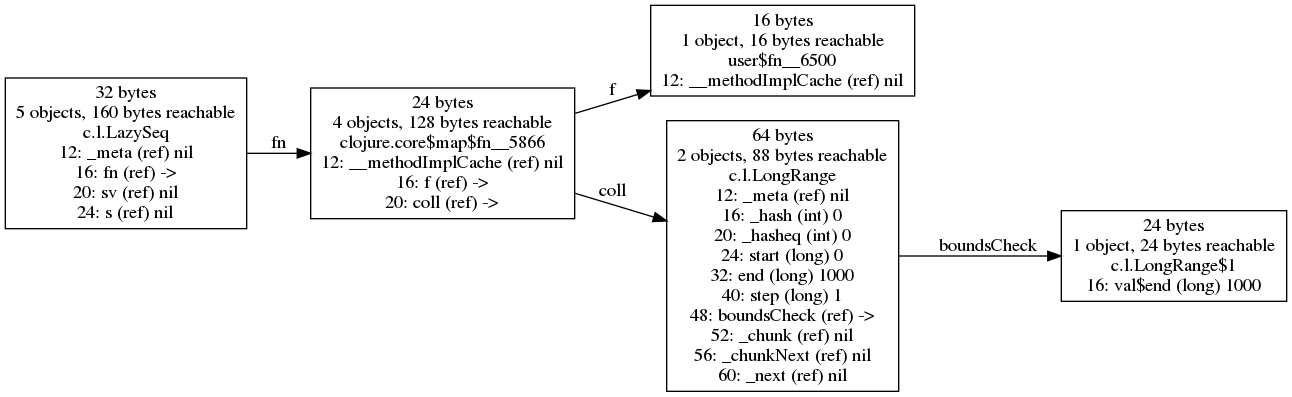
jafingerhut/cljol keeps this Graphviz diagram as doc/images/chunked-seq-unrealized.png. Above is the earlier version. Its source is kept beside it as doc/images/chunked-seq-unrealized.dot.
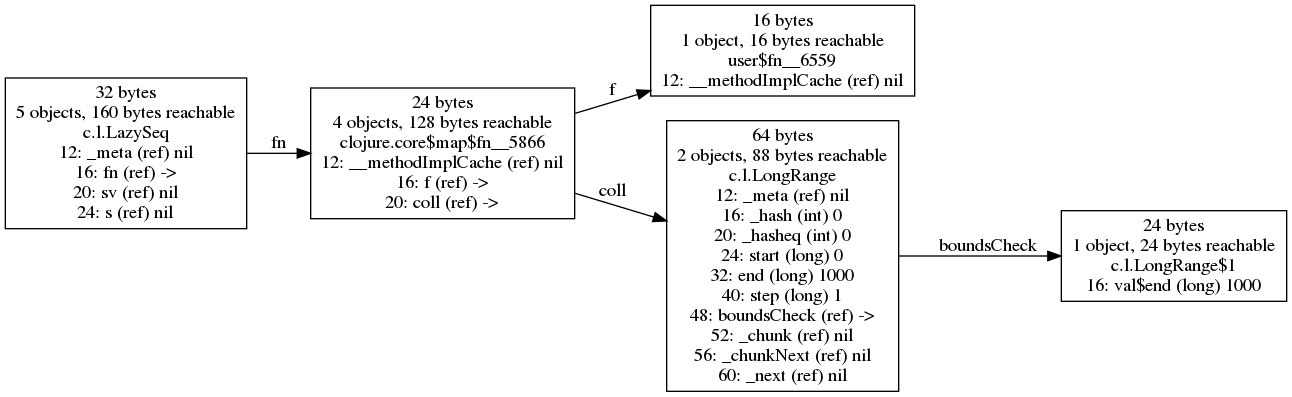
Later version of the same file.

Commit message:
Use figures with fewer objects in chunked seq example

Diff of the diagram source:
```diff
@@ -1,10 +1,10 @@
 digraph {
 graph [layout=dot,rankdir=LR];
-"32281182400" [label="16 bytes
+"32315476608" [label="16 bytes
 1 object, 16 bytes reachable
-user$fn__6500
+user$fn__6559
 12: __methodImplCache (ref) nil",shape=box];
-"32281183872" [label="64 bytes
+"32315478080" [label="64 bytes
 2 objects, 88 bytes reachable
 c.l.LongRange
 12: _meta (ref) nil
@@ -17,25 +17,25 @@
 52: _chunk (ref) nil
 56: _chunkNext (ref) nil
 60: _next (ref) nil",shape=box];
-"32281184384" [label="24 bytes
+"32315478592" [label="24 bytes
 1 object, 24 bytes reachable
 c.l.LongRange$1
 16: val$end (long) 1000",shape=box];
-"32281186368" [label="32 bytes
+"32315480576" [label="32 bytes
 5 objects, 160 bytes reachable
 c.l.LazySeq
 12: _meta (ref) nil
 16: fn (ref) ->
 20: sv (ref) nil
 24: s (ref) nil",shape=box];
-"32281186624" [label="24 bytes
+"32315480832" [label="24 bytes
 4 objects, 128 bytes reachable
 clojure.core$map$fn__5866
 12: __methodImplCache (ref) nil
 16: f (ref) ->
 20: coll (ref) ->",shape=box];
-"32281183872" -> "32281184384" ["field-name"=boundsCheck,label=boundsCheck];
-"32281186368" -> "32281186624" ["field-name"=fn,label=fn];
-"32281186624" -> "32281182400" ["field-name"=f,label=f];
-"32281186624" -> "32281183872" ["field-name"=coll,label=coll];
+"32315478080" -> "32315478592" ["field-name"=boundsCheck,label=boundsCheck];
+"32315480576" -> "32315480832" ["field-name"=fn,label=fn];
+"32315480832" -> "32315476608" ["field-name"=f,label=f];
+"32315480832" -> "32315478080" ["field-name"=coll,label=coll];
 }
```
